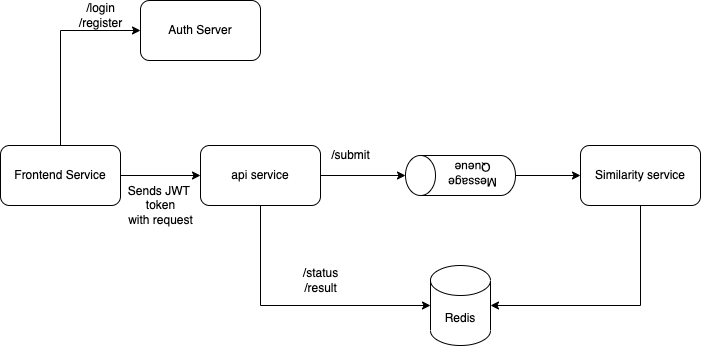
harshraj22/Dis-Sim keeps this draw.io diagram as artifacts/architecture.png. Above is the earlier version. Source tidied: cells renumbered, new cells last; positions are measured from the earlier drawing's top-left corner, leaving out a move shared by most shapes.
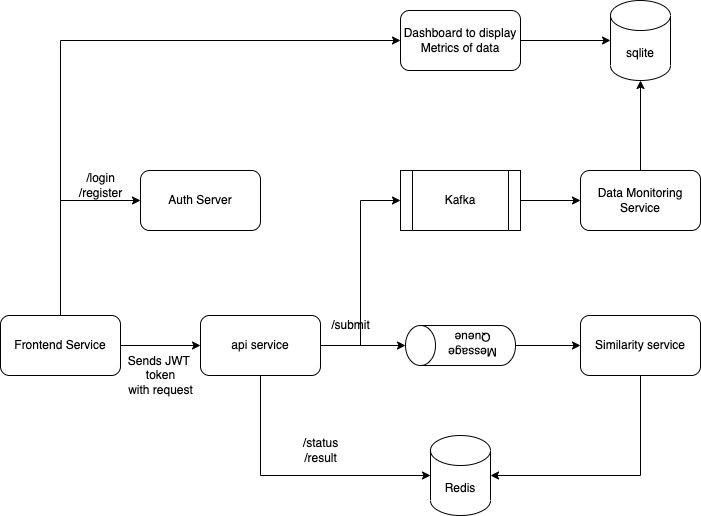
The same diagram one commit later.

Commit message:
Adding docs for Monitoring Service

What changed in the source:
```diff
@@ -5,6 +5,13 @@
     <mxCell id="2" style="edgeStyle=orthogonalEdgeStyle;rounded=0;jettySize=auto;html=1;" parent="1" edge="1" source="4" target="7">
       <mxGeometry relative="1" as="geometry" />
     </mxCell>
+    <mxCell id="18" style="edgeStyle=orthogonalEdgeStyle;rounded=0;jettySize=auto;html=1;entryX=0;entryY=0.5;entryDx=0;entryDy=0;" parent="1" edge="1" source="4" target="26">
+      <mxGeometry relative="1" as="geometry">
+        <Array as="points">
+          <mxPoint x="60" y="-130" />
+        </Array>
+      </mxGeometry>
+    </mxCell>
     <mxCell id="3" style="edgeStyle=orthogonalEdgeStyle;rounded=0;jettySize=auto;html=1;entryX=0;entryY=0.5;entryDx=0;entryDy=0;" parent="1" edge="1" source="4" target="15">
       <mxGeometry relative="1" as="geometry">
         <Array as="points">
@@ -25,6 +32,9 @@
         </Array>
       </mxGeometry>
     </mxCell>
+    <mxCell id="19" style="edgeStyle=orthogonalEdgeStyle;rounded=0;jettySize=auto;html=1;exitX=1;exitY=0.5;exitDx=0;exitDy=0;entryX=0;entryY=0.5;entryDx=0;entryDy=0;" parent="1" edge="1" source="7" target="21">
+      <mxGeometry relative="1" as="geometry" />
+    </mxCell>
     <mxCell id="7" value="api service" style="rounded=1;whiteSpace=wrap;html=1;" parent="1" vertex="1">
       <mxGeometry x="200" y="145" width="120" height="60" as="geometry" />
     </mxCell>
@@ -53,6 +63,27 @@
     <mxCell id="14" value="/status&lt;br&gt;/result" style="text;html=1;align=center;verticalAlign=middle;strokeColor=none;fillColor=none;" parent="1" vertex="1">
       <mxGeometry x="295" y="265" width="50" height="30" as="geometry" />
     </mxCell>
+    <mxCell id="20" style="edgeStyle=orthogonalEdgeStyle;rounded=0;jettySize=auto;html=1;exitX=1;exitY=0.5;exitDx=0;exitDy=0;" parent="1" edge="1" source="21" target="23">
+      <mxGeometry relative="1" as="geometry" />
+    </mxCell>
+    <mxCell id="21" value="Kafka" style="shape=process;whiteSpace=wrap;html=1;backgroundOutline=1;" parent="1" vertex="1">
+      <mxGeometry x="400" width="120" height="60" as="geometry" />
+    </mxCell>
+    <mxCell id="22" style="edgeStyle=orthogonalEdgeStyle;rounded=0;jettySize=auto;html=1;" parent="1" edge="1" source="23" target="24">
+      <mxGeometry relative="1" as="geometry" />
+    </mxCell>
+    <mxCell id="23" value="Data Monitoring&lt;br&gt;Service" style="rounded=1;whiteSpace=wrap;html=1;" parent="1" vertex="1">
+      <mxGeometry x="580" width="120" height="60" as="geometry" />
+    </mxCell>
+    <mxCell id="24" value="sqlite" style="shape=cylinder3;whiteSpace=wrap;html=1;boundedLbl=1;backgroundOutline=1;size=15;" parent="1" vertex="1">
+      <mxGeometry x="610" y="-170" width="60" height="80" as="geometry" />
+    </mxCell>
+    <mxCell id="25" style="edgeStyle=orthogonalEdgeStyle;rounded=0;jettySize=auto;html=1;entryX=0;entryY=0.5;entryDx=0;entryDy=0;entryPerimeter=0;" parent="1" edge="1" source="26" target="24">
+      <mxGeometry relative="1" as="geometry" />
+    </mxCell>
+    <mxCell id="26" value="Dashboard to display&lt;br&gt;Metrics of data" style="rounded=1;whiteSpace=wrap;html=1;" parent="1" vertex="1">
+      <mxGeometry x="400" y="-160" width="120" height="60" as="geometry" />
+    </mxCell>
     <mxCell id="15" value="Auth Server" style="rounded=1;whiteSpace=wrap;html=1;" parent="1" vertex="1">
       <mxGeometry x="140" width="120" height="60" as="geometry" />
     </mxCell>
```
